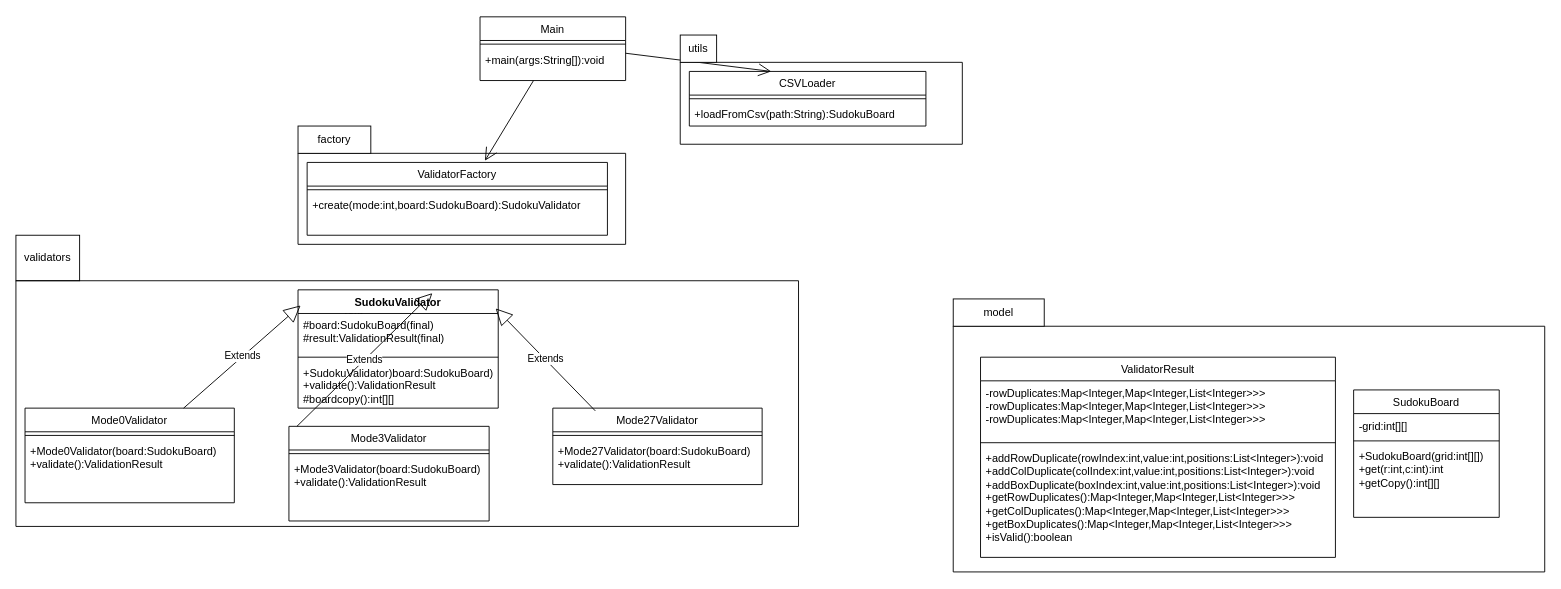
Before: UML/Class_diagram.drawio in ProgrammingII-projects/Soduko-Generator, a draw.io diagram. Source tidied: cells renumbered, new cells numbered last; positions are measured from the earlier drawing's top-left corner, leaving out a move shared by most shapes. Both pictures are drawn from the tidied source at 91%, with x=0, y=0 at pixel (15, 16).
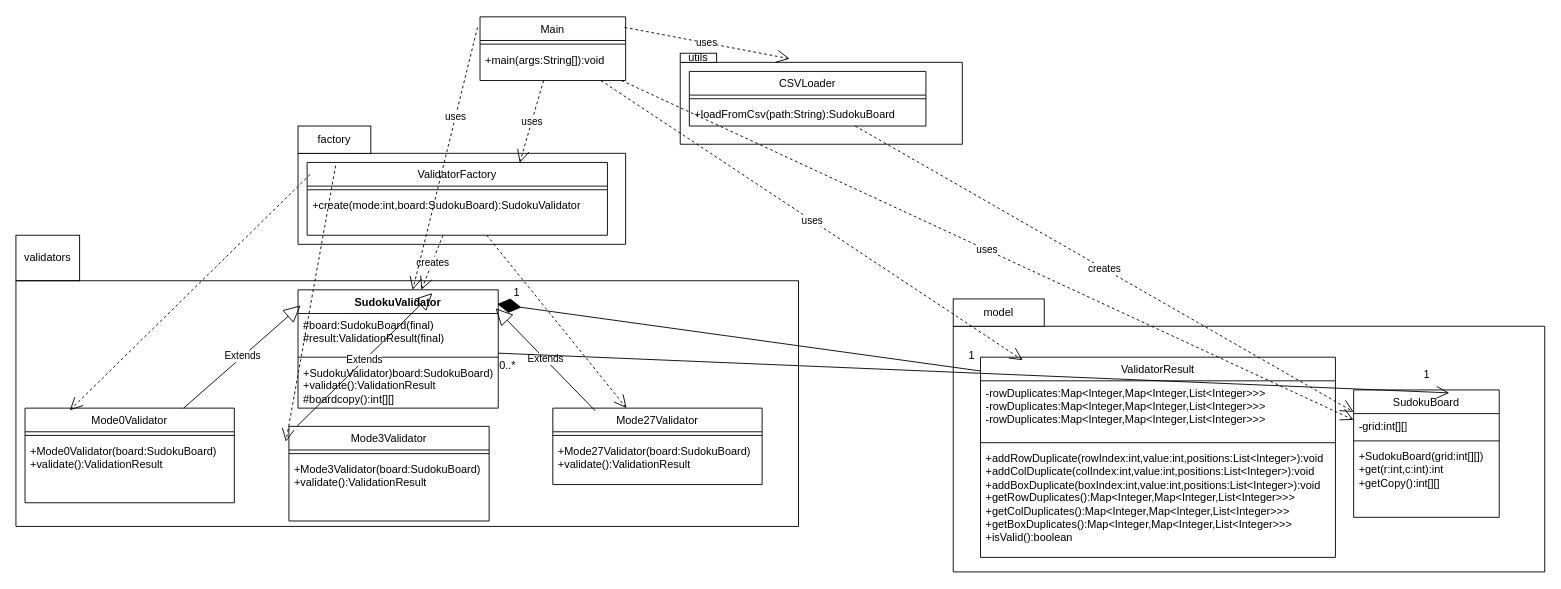
The same page after the edit.

Commit message:
added relations and multiplicities

The change refers to these unchanged cells:
```xml
<mxCell id="2" value="&lt;span style=&quot;font-weight: normal;&quot;&gt;Main&lt;/span&gt;" style="swimlane;fontStyle=1;align=center;verticalAlign=top;horizontal=1;startSize=26;whiteSpace=wrap;html=1;" parent="1" vertex="1">
  <mxGeometry x="510" width="160" height="70" as="geometry" />
</mxCell>
<mxCell id="5" value="&lt;span style=&quot;font-weight: 400;&quot;&gt;ValidatorFactory&lt;/span&gt;" style="swimlane;fontStyle=1;align=center;verticalAlign=top;horizontal=1;startSize=26;whiteSpace=wrap;html=1;" parent="1" vertex="1">
  <mxGeometry x="320" y="160" width="330" height="80" as="geometry" />
</mxCell>
<mxCell id="9" value="&lt;span style=&quot;font-weight: 400;&quot;&gt;CSVLoader&lt;/span&gt;" style="swimlane;fontStyle=1;align=center;verticalAlign=top;horizontal=1;startSize=26;whiteSpace=wrap;html=1;" parent="1" vertex="1">
  <mxGeometry x="740" y="60" width="260" height="60" as="geometry" />
</mxCell>
<mxCell id="13" style="swimlane;startSize=0;" parent="1" vertex="1">
  <mxGeometry x="730" y="50" width="310" height="90" as="geometry" />
</mxCell>
<mxCell id="17" value="&lt;span style=&quot;font-weight: normal;&quot;&gt;Mode27Validator&lt;/span&gt;" style="swimlane;fontStyle=1;align=center;verticalAlign=top;horizontal=1;startSize=26;whiteSpace=wrap;html=1;" parent="1" vertex="1">
  <mxGeometry x="590" y="430" width="230" height="84" as="geometry" />
</mxCell>
<mxCell id="20" value="&lt;span style=&quot;font-weight: normal;&quot;&gt;Mode3Validator&lt;/span&gt;" style="swimlane;fontStyle=1;align=center;verticalAlign=top;horizontal=1;startSize=26;whiteSpace=wrap;html=1;" parent="1" vertex="1">
  <mxGeometry x="300" y="450" width="220" height="104" as="geometry" />
</mxCell>
<mxCell id="23" value="&lt;span style=&quot;font-weight: 400;&quot;&gt;Mode0Validator&lt;/span&gt;" style="swimlane;fontStyle=1;align=center;verticalAlign=top;horizontal=1;startSize=26;whiteSpace=wrap;html=1;" parent="1" vertex="1">
  <mxGeometry x="10" y="430" width="230" height="104" as="geometry" />
</mxCell>
<mxCell id="28" value="SudokuValidator" style="swimlane;fontStyle=1;align=center;verticalAlign=top;horizontal=1;startSize=26;whiteSpace=wrap;html=1;" parent="1" vertex="1">
  <mxGeometry x="310" y="300" width="220" height="130" as="geometry" />
</mxCell>
<mxCell id="36" value="&lt;span style=&quot;font-weight: normal;&quot;&gt;SudokuBoard&lt;/span&gt;" style="swimlane;fontStyle=1;align=center;verticalAlign=top;horizontal=1;startSize=26;whiteSpace=wrap;html=1;" parent="1" vertex="1">
  <mxGeometry x="1470" y="410" width="160" height="140" as="geometry" />
</mxCell>
<mxCell id="41" value="&lt;span style=&quot;font-weight: normal;&quot;&gt;ValidatorResult&lt;/span&gt;" style="swimlane;fontStyle=1;align=center;verticalAlign=top;horizontal=1;startSize=26;whiteSpace=wrap;html=1;" parent="40" vertex="1">
  <mxGeometry x="30" y="34" width="390" height="220" as="geometry" />
</mxCell>
```

What changed in the source:
```diff
@@
-    <mxCell id="8" style="endArrow=open;endFill=1;endSize=12;html=1;entryX=0.592;entryY=-0.023;entryDx=0;entryDy=0;entryPerimeter=0;" parent="1" edge="1" source="2" target="5">
-      <mxGeometry relative="1" as="geometry" />
-    </mxCell>
@@
-    <mxCell id="12" style="endArrow=open;endFill=1;endSize=12;html=1;entryX=0.346;entryY=0;entryDx=0;entryDy=0;entryPerimeter=0;" parent="1" edge="1" target="9">
-      <mxGeometry relative="1" as="geometry">
-        <mxPoint x="670" y="40" as="sourcePoint" />
-      </mxGeometry>
-    </mxCell>
@@
     <mxCell id="14" value="utils" style="whiteSpace=wrap;html=1;" parent="1" vertex="1">
-      <mxGeometry x="730" y="20" width="40" height="30" as="geometry" />
+      <mxGeometry x="730" y="40" width="40" height="10" as="geometry" />
     </mxCell>
@@
+    <mxCell id="46" style="endArrow=diamondThin;endFill=1;endSize=24;html=1;entryX=0.995;entryY=0.12;entryDx=0;entryDy=0;entryPerimeter=0;exitX=0;exitY=0.069;exitDx=0;exitDy=0;exitPerimeter=0;" parent="1" edge="1" source="41" target="28">
+      <mxGeometry relative="1" as="geometry" />
+    </mxCell>
+    <mxCell id="47" value="1" style="text;html=1;align=center;verticalAlign=middle;strokeColor=none;fillColor=none;" parent="1" vertex="1">
+      <mxGeometry x="1035" y="358" width="30" height="30" as="geometry" />
+    </mxCell>
+    <mxCell id="48" value="1" style="text;html=1;align=center;verticalAlign=middle;strokeColor=none;fillColor=none;" parent="1" vertex="1">
+      <mxGeometry x="535" y="288" width="30" height="30" as="geometry" />
+    </mxCell>
+    <mxCell id="49" value="0..*" style="text;html=1;align=center;verticalAlign=middle;strokeColor=none;fillColor=none;" parent="1" vertex="1">
+      <mxGeometry x="520" y="368" width="40" height="30" as="geometry" />
+    </mxCell>
+    <mxCell id="50" style="endArrow=open;endFill=1;endSize=12;html=1;entryX=0.657;entryY=0.023;entryDx=0;entryDy=0;entryPerimeter=0;" parent="1" edge="1" source="28" target="36">
+      <mxGeometry relative="1" as="geometry" />
+    </mxCell>
+    <mxCell id="51" value="1" style="text;html=1;align=center;verticalAlign=middle;strokeColor=none;fillColor=none;" parent="1" vertex="1">
+      <mxGeometry x="1535" y="378" width="30" height="30" as="geometry" />
+    </mxCell>
+    <mxCell id="52" value="creates" style="endArrow=open;endSize=12;dashed=1;html=1;" parent="1" edge="1" source="5" target="28">
+      <mxGeometry relative="1" as="geometry" />
+    </mxCell>
+    <mxCell id="53" value="uses" style="endArrow=open;endSize=12;dashed=1;html=1;exitX=0.993;exitY=0.166;exitDx=0;exitDy=0;exitPerimeter=0;entryX=0.388;entryY=-0.044;entryDx=0;entryDy=0;entryPerimeter=0;" parent="1" edge="1" source="2" target="13">
+      <mxGeometry relative="1" as="geometry" />
+    </mxCell>
+    <mxCell id="54" value="uses" style="endArrow=open;endSize=12;dashed=1;html=1;" parent="1" edge="1" source="2" target="36">
+      <mxGeometry relative="1" as="geometry" />
+    </mxCell>
+    <mxCell id="55" value="uses" style="endArrow=open;endSize=12;dashed=1;html=1;entryX=0.119;entryY=0.015;entryDx=0;entryDy=0;entryPerimeter=0;" parent="1" edge="1" source="2" target="41">
+      <mxGeometry relative="1" as="geometry" />
+    </mxCell>
+    <mxCell id="8" value="uses" style="endArrow=open;endSize=12;dashed=1;html=1;entryX=0.708;entryY=0.005;entryDx=0;entryDy=0;entryPerimeter=0;" parent="1" edge="1" source="2" target="5">
+      <mxGeometry relative="1" as="geometry" />
+    </mxCell>
+    <mxCell id="56" style="endArrow=open;endSize=12;dashed=1;html=1;exitX=-0.017;exitY=0.166;exitDx=0;exitDy=0;exitPerimeter=0;" parent="1" edge="1" source="2" target="28">
+      <mxGeometry relative="1" as="geometry" />
+    </mxCell>
+    <mxCell id="57" value="uses" style="edgeLabel;html=1;align=center;verticalAlign=middle;" parent="56" vertex="1">
+      <mxGeometry x="-0.32" y="-1" relative="1" as="geometry" />
+    </mxCell>
+    <mxCell id="58" value="creates" style="endArrow=open;endSize=12;dashed=1;html=1;" parent="1" edge="1" source="9" target="36">
+      <mxGeometry relative="1" as="geometry" />
+    </mxCell>
+    <mxCell id="59" style="endArrow=open;endSize=12;dashed=1;html=1;exitX=0.01;exitY=0.165;exitDx=0;exitDy=0;exitPerimeter=0;entryX=0.214;entryY=0.023;entryDx=0;entryDy=0;entryPerimeter=0;" parent="1" edge="1" source="5" target="23">
+      <mxGeometry relative="1" as="geometry" />
+    </mxCell>
+    <mxCell id="60" style="endArrow=open;endSize=12;dashed=1;html=1;exitX=0.095;exitY=0.045;exitDx=0;exitDy=0;exitPerimeter=0;entryX=-0.015;entryY=0.162;entryDx=0;entryDy=0;entryPerimeter=0;" parent="1" edge="1" source="5" target="20">
+      <mxGeometry relative="1" as="geometry" />
+    </mxCell>
+    <mxCell id="61" style="endArrow=open;endSize=12;dashed=1;html=1;" parent="1" edge="1" source="5" target="17">
+      <mxGeometry relative="1" as="geometry" />
+    </mxCell>
```
